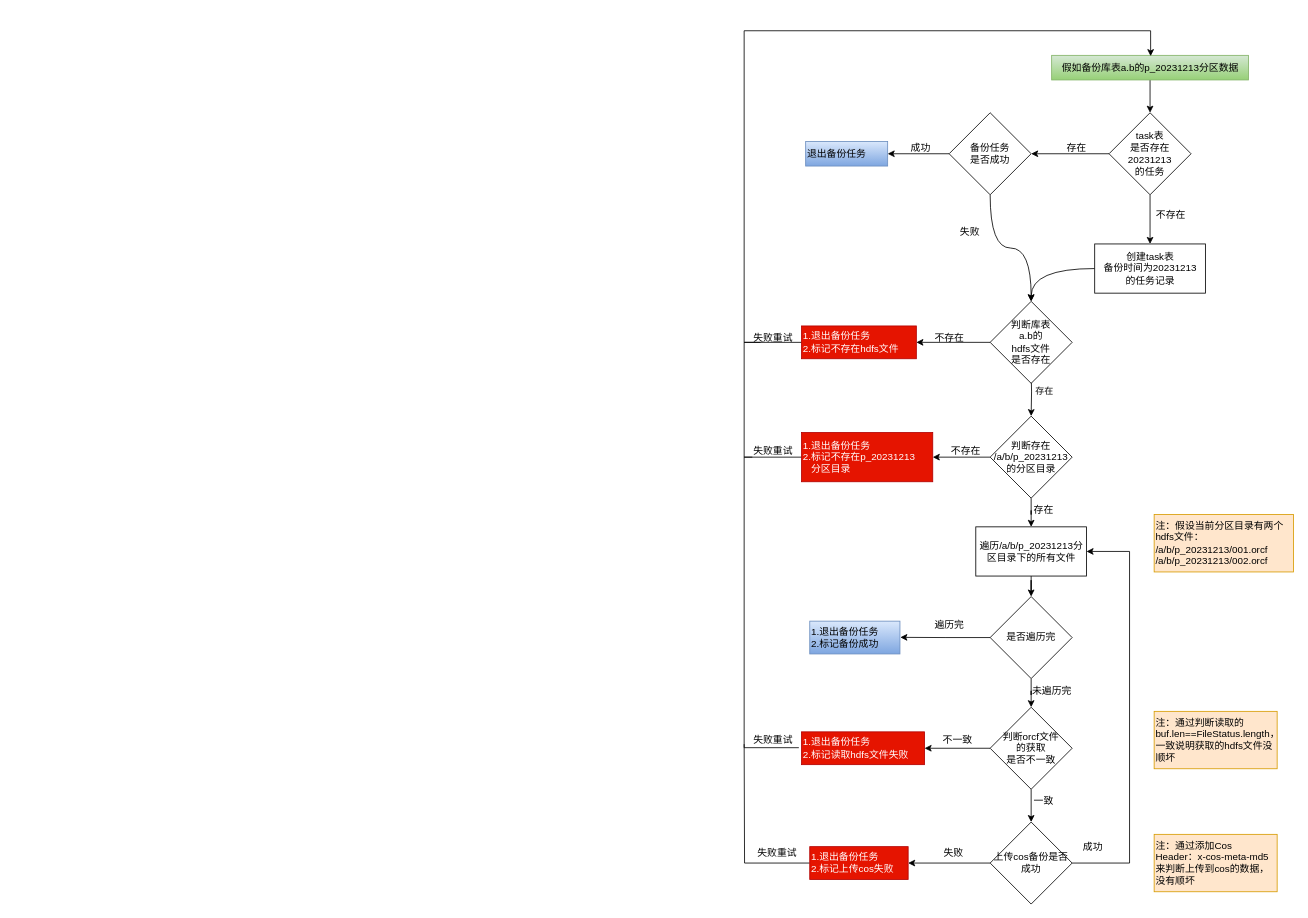
Above: src/main/resources/work.drawio in milanyangbo/embedded-tidb (draw.io), before the change. Source tidied: cells renumbered, new cells numbered last; positions are measured from the earlier drawing's top-left corner, leaving out a move shared by most shapes. Both pictures are drawn from the tidied source at 82%, with x=0, y=0 at pixel (744, 30).
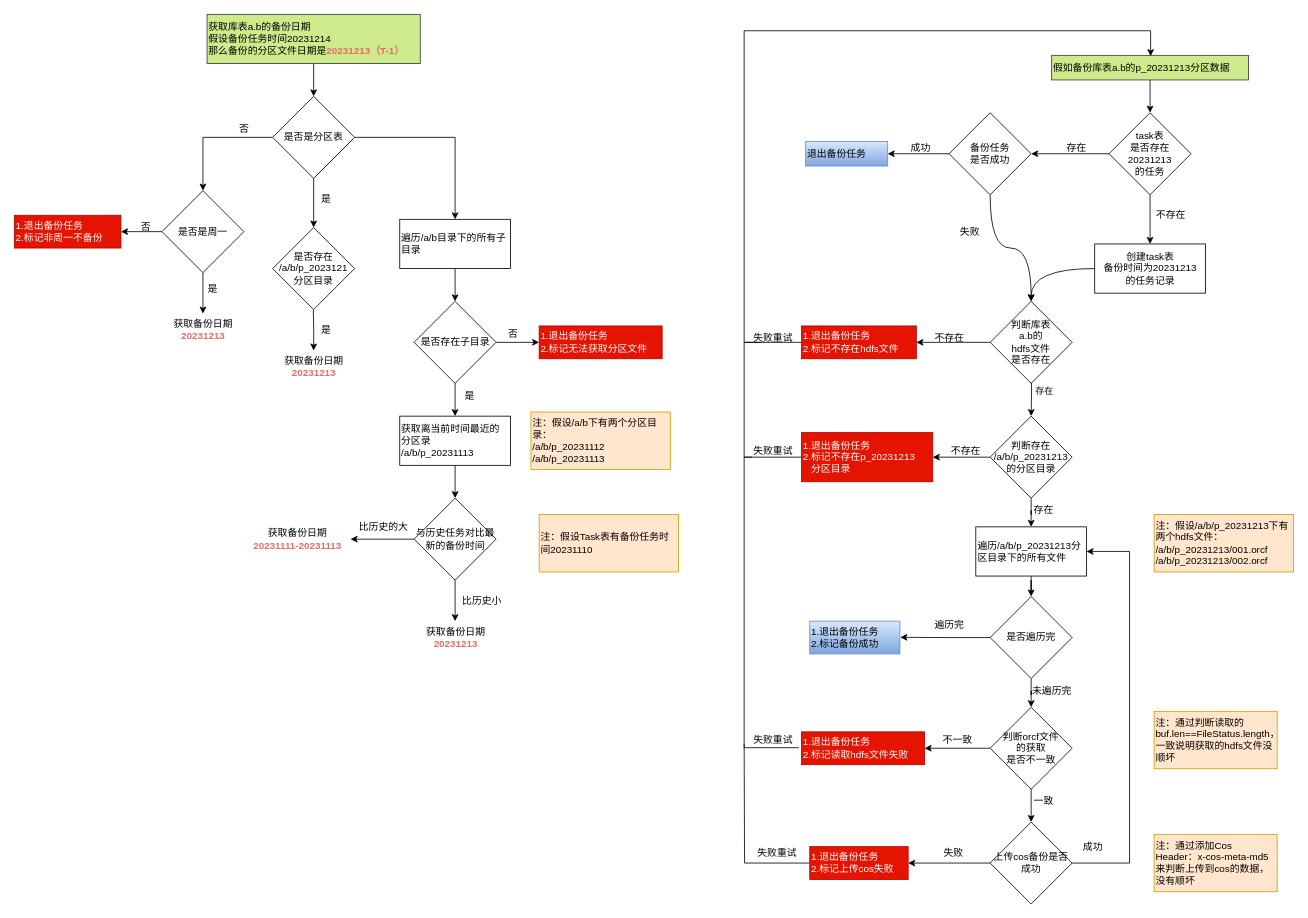
Above is the later version.

Diff of the diagram source:
```diff
@@
-    <mxCell id="3" value="假如备份库表a.b的p_20231213分区数据" style="text;html=1;align=center;verticalAlign=middle;points=[];strokeColor=#82b366;fillColor=#d5e8d4;gradientColor=#97d077;" parent="1" vertex="1">
+    <mxCell id="3" value="假如备份库表a.b的p_20231213分区数据" style="text;html=1;align=left;verticalAlign=middle;points=[];strokeColor=#36393d;fillColor=#cdeb8b;" parent="1" vertex="1">
       <mxGeometry x="375" y="30" width="240" height="30" as="geometry" />
     </mxCell>
@@
-    <mxCell id="30" value="遍历/a/b/p_20231213分区目录下的所有文件" style="rounded=0;whiteSpace=wrap;html=1;" parent="1" vertex="1">
+    <mxCell id="30" value="遍历/a/b/p_20231213分区目录下的所有文件" style="rounded=0;whiteSpace=wrap;html=1;align=left;" parent="1" vertex="1">
       <mxGeometry x="282.5" y="605" width="135" height="60" as="geometry" />
     </mxCell>
@@
-    <mxCell id="34" value="注：假设当前分区目录有两个hdfs文件：&lt;br&gt;/a/b/p_20231213/001.orcf&lt;br&gt;/a/b/p_20231213/002.orcf" style="rounded=0;whiteSpace=wrap;html=1;align=left;fillColor=#ffe6cc;strokeColor=#d79b00;" parent="1" vertex="1">
+    <mxCell id="34" value="注：假设/a/b/p_20231213下有两个hdfs文件：&lt;br&gt;/a/b/p_20231213/001.orcf&lt;br&gt;/a/b/p_20231213/002.orcf" style="rounded=0;whiteSpace=wrap;html=1;align=left;fillColor=#ffe6cc;strokeColor=#d79b00;" parent="1" vertex="1">
       <mxGeometry x="500" y="590" width="170" height="70" as="geometry" />
     </mxCell>
@@
+    <mxCell id="60" style="edgeStyle=orthogonalEdgeStyle;rounded=0;jettySize=auto;html=1;" parent="1" edge="1" source="61" target="65">
+      <mxGeometry relative="1" as="geometry" />
+    </mxCell>
+    <mxCell id="61" value="获取库表a.b的备份日期&lt;br&gt;假设备份任务时间20231214&lt;br&gt;那么备份的分区文件日期是&lt;font color=&quot;#ea6b66&quot;&gt;&lt;b&gt;20231213（T-1）&lt;/b&gt;&lt;/font&gt;" style="text;html=1;align=left;verticalAlign=middle;points=[];strokeColor=#36393d;fillColor=#cdeb8b;" parent="1" vertex="1">
+      <mxGeometry x="-655" y="-20" width="260" height="60" as="geometry" />
+    </mxCell>
+    <mxCell id="62" style="edgeStyle=orthogonalEdgeStyle;rounded=0;jettySize=auto;html=1;" parent="1" edge="1" source="65" target="68">
+      <mxGeometry relative="1" as="geometry" />
+    </mxCell>
+    <mxCell id="63" style="edgeStyle=orthogonalEdgeStyle;rounded=0;jettySize=auto;html=1;entryX=0.5;entryY=0;entryDx=0;entryDy=0;" parent="1" edge="1" source="65" target="74">
+      <mxGeometry relative="1" as="geometry" />
+    </mxCell>
+    <mxCell id="64" style="edgeStyle=orthogonalEdgeStyle;rounded=0;jettySize=auto;html=1;entryX=0.5;entryY=0;entryDx=0;entryDy=0;" parent="1" edge="1" source="65" target="80">
+      <mxGeometry relative="1" as="geometry" />
+    </mxCell>
+    <mxCell id="65" value="是否是分区表" style="rhombus;whiteSpace=wrap;html=1;" parent="1" vertex="1">
+      <mxGeometry x="-575" y="80" width="100" height="100" as="geometry" />
+    </mxCell>
+    <mxCell id="66" style="edgeStyle=orthogonalEdgeStyle;rounded=0;jettySize=auto;html=1;" parent="1" edge="1" source="68" target="69">
+      <mxGeometry relative="1" as="geometry" />
+    </mxCell>
+    <mxCell id="67" style="edgeStyle=orthogonalEdgeStyle;rounded=0;jettySize=auto;html=1;" parent="1" edge="1" source="68" target="72">
+      <mxGeometry relative="1" as="geometry" />
+    </mxCell>
+    <mxCell id="68" value="是否是周一" style="rhombus;whiteSpace=wrap;html=1;" parent="1" vertex="1">
+      <mxGeometry x="-710" y="195" width="100" height="100" as="geometry" />
+    </mxCell>
+    <mxCell id="69" value="获取备份日期&lt;br&gt;&lt;b style=&quot;--tw-border-spacing-x: 0; --tw-border-spacing-y: 0; --tw-translate-x: 0; --tw-translate-y: 0; --tw-rotate: 0; --tw-skew-x: 0; --tw-skew-y: 0; --tw-scale-x: 1; --tw-scale-y: 1; --tw-pan-x: ; --tw-pan-y: ; --tw-pinch-zoom: ; --tw-scroll-snap-strictness: proximity; --tw-gradient-from-position: ; --tw-gradient-via-position: ; --tw-gradient-to-position: ; --tw-ordinal: ; --tw-slashed-zero: ; --tw-numeric-figure: ; --tw-numeric-spacing: ; --tw-numeric-fraction: ; --tw-ring-inset: ; --tw-ring-offset-width: 0px; --tw-ring-offset-color: #fff; --tw-ring-color: rgb(59 130 246 / .5); --tw-ring-offset-shadow: 0 0 #0000; --tw-ring-shadow: 0 0 #0000; --tw-shadow: 0 0 #0000; --tw-shadow-colored: 0 0 #0000; --tw-blur: ; --tw-brightness: ; --tw-contrast: ; --tw-grayscale: ; --tw-hue-rotate: ; --tw-invert: ; --tw-saturate: ; --tw-sepia: ; --tw-drop-shadow: ; --tw-backdrop-blur: ; --tw-backdrop-brightness: ; --tw-backdrop-contrast: ; --tw-backdrop-grayscale: ; --tw-backdrop-hue-rotate: ; --tw-backdrop-invert: ; --tw-backdrop-opacity: ; --tw-backdrop-saturate: ; --tw-backdrop-sepia: ; border-color: var(--border-color); color: rgb(234, 107, 102); text-align: left;&quot;&gt;20231213&lt;/b&gt;" style="text;html=1;align=center;verticalAlign=middle;points=[];strokeColor=none;fillColor=none;" parent="1" vertex="1">
+      <mxGeometry x="-710" y="345" width="100" height="40" as="geometry" />
+    </mxCell>
+    <mxCell id="70" value="否" style="text;html=1;align=center;verticalAlign=middle;strokeColor=none;fillColor=none;" parent="1" vertex="1">
+      <mxGeometry x="-630" y="105" width="40" height="30" as="geometry" />
+    </mxCell>
+    <mxCell id="71" value="&amp;nbsp;是" style="text;html=1;align=center;verticalAlign=middle;strokeColor=none;fillColor=none;" parent="1" vertex="1">
+      <mxGeometry x="-670" y="300" width="40" height="30" as="geometry" />
+    </mxCell>
+    <mxCell id="72" value="1.退出备份任务&lt;br&gt;2.标记非周一不备份" style="text;html=1;align=left;verticalAlign=middle;points=[];strokeColor=#B20000;fillColor=#e51400;fontColor=#ffffff;" parent="1" vertex="1">
+      <mxGeometry x="-890" y="225" width="130" height="40" as="geometry" />
+    </mxCell>
+    <mxCell id="73" value="否" style="text;html=1;align=center;verticalAlign=middle;strokeColor=none;fillColor=none;" parent="1" vertex="1">
+      <mxGeometry x="-750" y="225" width="40" height="30" as="geometry" />
+    </mxCell>
+    <mxCell id="74" value="是否存在&lt;br&gt;/a/b/p_2023121&lt;br&gt;分区目录" style="rhombus;whiteSpace=wrap;html=1;" parent="1" vertex="1">
+      <mxGeometry x="-575" y="240" width="100" height="100" as="geometry" />
+    </mxCell>
+    <mxCell id="75" value="是" style="text;html=1;align=center;verticalAlign=middle;strokeColor=none;fillColor=none;" parent="1" vertex="1">
+      <mxGeometry x="-530" y="190" width="40" height="30" as="geometry" />
+    </mxCell>
+    <mxCell id="76" style="edgeStyle=orthogonalEdgeStyle;rounded=0;jettySize=auto;html=1;" parent="1" edge="1" target="77">
+      <mxGeometry relative="1" as="geometry">
+        <mxPoint x="-525.4" y="340" as="sourcePoint" />
+      </mxGeometry>
+    </mxCell>
+    <mxCell id="77" value="获取备份日期&lt;br&gt;&lt;b style=&quot;--tw-border-spacing-x: 0; --tw-border-spacing-y: 0; --tw-translate-x: 0; --tw-translate-y: 0; --tw-rotate: 0; --tw-skew-x: 0; --tw-skew-y: 0; --tw-scale-x: 1; --tw-scale-y: 1; --tw-pan-x: ; --tw-pan-y: ; --tw-pinch-zoom: ; --tw-scroll-snap-strictness: proximity; --tw-gradient-from-position: ; --tw-gradient-via-position: ; --tw-gradient-to-position: ; --tw-ordinal: ; --tw-slashed-zero: ; --tw-numeric-figure: ; --tw-numeric-spacing: ; --tw-numeric-fraction: ; --tw-ring-inset: ; --tw-ring-offset-width: 0px; --tw-ring-offset-color: #fff; --tw-ring-color: rgb(59 130 246 / .5); --tw-ring-offset-shadow: 0 0 #0000; --tw-ring-shadow: 0 0 #0000; --tw-shadow: 0 0 #0000; --tw-shadow-colored: 0 0 #0000; --tw-blur: ; --tw-brightness: ; --tw-contrast: ; --tw-grayscale: ; --tw-hue-rotate: ; --tw-invert: ; --tw-saturate: ; --tw-sepia: ; --tw-drop-shadow: ; --tw-backdrop-blur: ; --tw-backdrop-brightness: ; --tw-backdrop-contrast: ; --tw-backdrop-grayscale: ; --tw-backdrop-hue-rotate: ; --tw-backdrop-invert: ; --tw-backdrop-opacity: ; --tw-backdrop-saturate: ; --tw-backdrop-sepia: ; border-color: var(--border-color); color: rgb(234, 107, 102); text-align: left;&quot;&gt;20231213&lt;/b&gt;" style="text;html=1;align=center;verticalAlign=middle;points=[];strokeColor=none;fillColor=none;" parent="1" vertex="1">
+      <mxGeometry x="-575" y="390" width="100" height="40" as="geometry" />
+    </mxCell>
+    <mxCell id="78" value="是" style="text;html=1;align=center;verticalAlign=middle;strokeColor=none;fillColor=none;" parent="1" vertex="1">
+      <mxGeometry x="-530" y="350" width="40" height="30" as="geometry" />
+    </mxCell>
+    <mxCell id="79" style="edgeStyle=orthogonalEdgeStyle;rounded=0;jettySize=auto;html=1;entryX=0.5;entryY=0;entryDx=0;entryDy=0;" parent="1" edge="1" source="80" target="83">
+      <mxGeometry relative="1" as="geometry" />
+    </mxCell>
+    <mxCell id="80" value="遍历/a/b目录下的所有子目录" style="rounded=0;whiteSpace=wrap;html=1;align=left;" parent="1" vertex="1">
+      <mxGeometry x="-420" y="230" width="135" height="60" as="geometry" />
+    </mxCell>
+    <mxCell id="81" style="edgeStyle=orthogonalEdgeStyle;rounded=0;jettySize=auto;html=1;" parent="1" edge="1" source="83" target="84">
+      <mxGeometry relative="1" as="geometry" />
+    </mxCell>
+    <mxCell id="82" style="edgeStyle=orthogonalEdgeStyle;rounded=0;jettySize=auto;html=1;" parent="1" edge="1" source="83" target="87">
+      <mxGeometry relative="1" as="geometry" />
+    </mxCell>
+    <mxCell id="83" value="是否存在子目录" style="rhombus;whiteSpace=wrap;html=1;" parent="1" vertex="1">
+      <mxGeometry x="-402.5" y="330" width="100" height="100" as="geometry" />
+    </mxCell>
+    <mxCell id="84" value="1.退出备份任务&lt;br&gt;2.标记无法获取分区文件" style="text;html=1;align=left;verticalAlign=middle;points=[];strokeColor=#B20000;fillColor=#e51400;fontColor=#ffffff;" parent="1" vertex="1">
+      <mxGeometry x="-250" y="360" width="150" height="40" as="geometry" />
+    </mxCell>
+    <mxCell id="85" value="否" style="text;html=1;align=center;verticalAlign=middle;strokeColor=none;fillColor=none;" parent="1" vertex="1">
+      <mxGeometry x="-302.5" y="355" width="40" height="30" as="geometry" />
+    </mxCell>
+    <mxCell id="86" style="edgeStyle=orthogonalEdgeStyle;rounded=0;jettySize=auto;html=1;" parent="1" edge="1" source="87" target="91">
+      <mxGeometry relative="1" as="geometry" />
+    </mxCell>
+    <mxCell id="87" value="获取离当前时间最近的&lt;br&gt;分区录&lt;br&gt;/a/b/p_20231113" style="rounded=0;whiteSpace=wrap;html=1;align=left;" parent="1" vertex="1">
+      <mxGeometry x="-420" y="470" width="135" height="60" as="geometry" />
+    </mxCell>
+    <mxCell id="88" value="注：假设/a/b下有两个分区目录：&lt;br&gt;/a/b/p_20231112&lt;br&gt;/a/b/p_20231113" style="rounded=0;whiteSpace=wrap;html=1;align=left;fillColor=#ffe6cc;strokeColor=#d79b00;" parent="1" vertex="1">
+      <mxGeometry x="-260" y="465" width="170" height="70" as="geometry" />
+    </mxCell>
+    <mxCell id="89" style="edgeStyle=orthogonalEdgeStyle;rounded=0;jettySize=auto;html=1;" parent="1" edge="1" source="91" target="93">
+      <mxGeometry relative="1" as="geometry" />
+    </mxCell>
+    <mxCell id="90" style="edgeStyle=orthogonalEdgeStyle;rounded=0;jettySize=auto;html=1;" parent="1" edge="1" source="91" target="95">
+      <mxGeometry relative="1" as="geometry" />
+    </mxCell>
+    <mxCell id="91" value="与历史任务对比最新的备份时间" style="rhombus;whiteSpace=wrap;html=1;" parent="1" vertex="1">
+      <mxGeometry x="-402.5" y="570" width="100" height="100" as="geometry" />
+    </mxCell>
+    <mxCell id="92" value="注：假设Task表有备份任务时间20231110" style="rounded=0;whiteSpace=wrap;html=1;align=left;fillColor=#ffe6cc;strokeColor=#d79b00;" parent="1" vertex="1">
+      <mxGeometry x="-250" y="590" width="170" height="70" as="geometry" />
+    </mxCell>
+    <mxCell id="93" value="获取备份日期&lt;br&gt;&lt;b style=&quot;--tw-border-spacing-x: 0; --tw-border-spacing-y: 0; --tw-translate-x: 0; --tw-translate-y: 0; --tw-rotate: 0; --tw-skew-x: 0; --tw-skew-y: 0; --tw-scale-x: 1; --tw-scale-y: 1; --tw-pan-x: ; --tw-pan-y: ; --tw-pinch-zoom: ; --tw-scroll-snap-strictness: proximity; --tw-gradient-from-position: ; --tw-gradient-via-position: ; --tw-gradient-to-position: ; --tw-ordinal: ; --tw-slashed-zero: ; --tw-numeric-figure: ; --tw-numeric-spacing: ; --tw-numeric-fraction: ; --tw-ring-inset: ; --tw-ring-offset-width: 0px; --tw-ring-offset-color: #fff; --tw-ring-color: rgb(59 130 246 / .5); --tw-ring-offset-shadow: 0 0 #0000; --tw-ring-shadow: 0 0 #0000; --tw-shadow: 0 0 #0000; --tw-shadow-colored: 0 0 #0000; --tw-blur: ; --tw-brightness: ; --tw-contrast: ; --tw-grayscale: ; --tw-hue-rotate: ; --tw-invert: ; --tw-saturate: ; --tw-sepia: ; --tw-drop-shadow: ; --tw-backdrop-blur: ; --tw-backdrop-brightness: ; --tw-backdrop-contrast: ; --tw-backdrop-grayscale: ; --tw-backdrop-hue-rotate: ; --tw-backdrop-invert: ; --tw-backdrop-opacity: ; --tw-backdrop-saturate: ; --tw-backdrop-sepia: ; border-color: var(--border-color); color: rgb(234, 107, 102); text-align: left;&quot;&gt;20231213&lt;/b&gt;" style="text;html=1;align=center;verticalAlign=middle;points=[];strokeColor=none;fillColor=none;" parent="1" vertex="1">
+      <mxGeometry x="-402.5" y="720" width="100" height="40" as="geometry" />
+    </mxCell>
+    <mxCell id="94" value="比历史小" style="text;html=1;align=center;verticalAlign=middle;strokeColor=none;fillColor=none;" parent="1" vertex="1">
+      <mxGeometry x="-355" y="680" width="70" height="30" as="geometry" />
+    </mxCell>
+    <mxCell id="95" value="获取备份日期&lt;br&gt;&lt;b style=&quot;--tw-border-spacing-x: 0; --tw-border-spacing-y: 0; --tw-translate-x: 0; --tw-translate-y: 0; --tw-rotate: 0; --tw-skew-x: 0; --tw-skew-y: 0; --tw-scale-x: 1; --tw-scale-y: 1; --tw-pan-x: ; --tw-pan-y: ; --tw-pinch-zoom: ; --tw-scroll-snap-strictness: proximity; --tw-gradient-from-position: ; --tw-gradient-via-position: ; --tw-gradient-to-position: ; --tw-ordinal: ; --tw-slashed-zero: ; --tw-numeric-figure: ; --tw-numeric-spacing: ; --tw-numeric-fraction: ; --tw-ring-inset: ; --tw-ring-offset-width: 0px; --tw-ring-offset-color: #fff; --tw-ring-color: rgb(59 130 246 / .5); --tw-ring-offset-shadow: 0 0 #0000; --tw-ring-shadow: 0 0 #0000; --tw-shadow: 0 0 #0000; --tw-shadow-colored: 0 0 #0000; --tw-blur: ; --tw-brightness: ; --tw-contrast: ; --tw-grayscale: ; --tw-hue-rotate: ; --tw-invert: ; --tw-saturate: ; --tw-sepia: ; --tw-drop-shadow: ; --tw-backdrop-blur: ; --tw-backdrop-brightness: ; --tw-backdrop-contrast: ; --tw-backdrop-grayscale: ; --tw-backdrop-hue-rotate: ; --tw-backdrop-invert: ; --tw-backdrop-opacity: ; --tw-backdrop-saturate: ; --tw-backdrop-sepia: ; border-color: var(--border-color); color: rgb(234, 107, 102); text-align: left;&quot;&gt;20231111-20231113&lt;/b&gt;" style="text;html=1;align=center;verticalAlign=middle;points=[];strokeColor=none;fillColor=none;" parent="1" vertex="1">
+      <mxGeometry x="-610" y="600" width="130" height="40" as="geometry" />
+    </mxCell>
+    <mxCell id="96" value="比历史的大" style="text;html=1;align=center;verticalAlign=middle;strokeColor=none;fillColor=none;" parent="1" vertex="1">
+      <mxGeometry x="-480" y="590" width="80" height="30" as="geometry" />
+    </mxCell>
+    <mxCell id="97" value="是" style="text;html=1;align=center;verticalAlign=middle;strokeColor=none;fillColor=none;" parent="1" vertex="1">
+      <mxGeometry x="-355" y="430" width="40" height="30" as="geometry" />
+    </mxCell>
```
